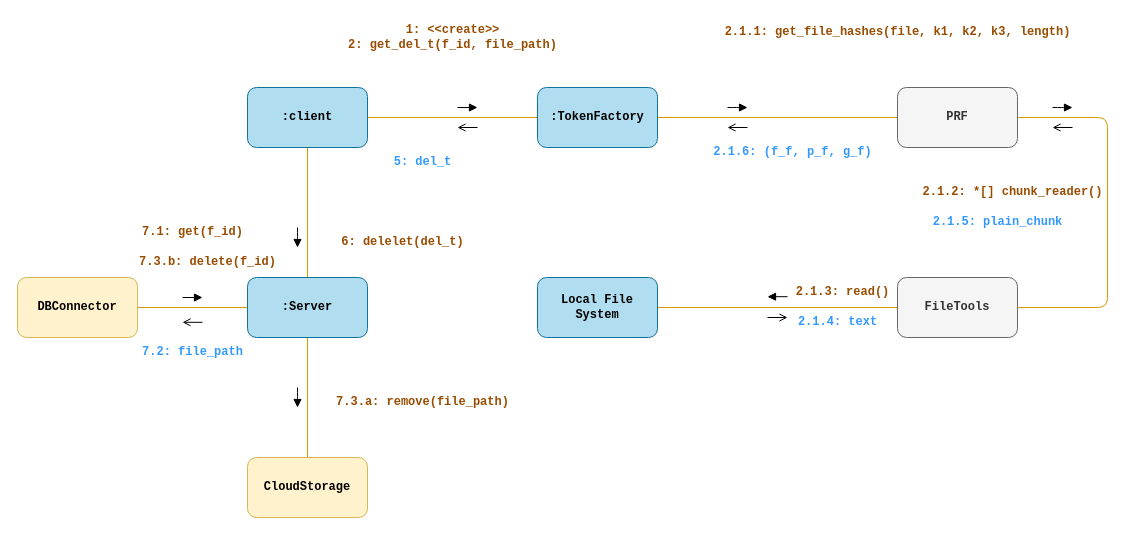
Earlier version of the draw.io diagram page "delete-communication" (3 of 4) of diagrams/behavioral/serevr-core.drawio (thisisel/dynamic-sse). Source tidied: cells renumbered, new cells numbered last; positions are measured from the earlier drawing's top-left corner, leaving out a move shared by most shapes. Both pictures are drawn from the tidied source at 100%, with x=0, y=0 at pixel (17, 17).
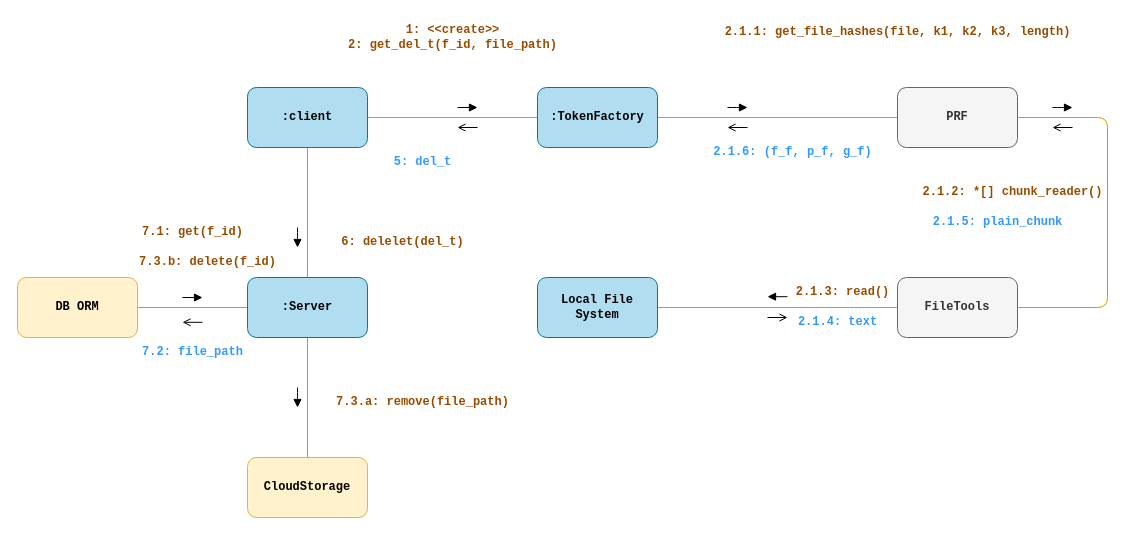
The same page after the edit.

Change to the diagram source:
```diff
@@
-    <mxCell id="36" value="DBConnector" style="whiteSpace=wrap;html=1;fontFamily=Courier New;fillColor=#fff2cc;strokeColor=#d6b656;rounded=1;fontStyle=1;" parent="1" vertex="1">
+    <mxCell id="36" value="DB ORM" style="whiteSpace=wrap;html=1;fontFamily=Courier New;fillColor=#fff2cc;strokeColor=#d6b656;rounded=1;fontStyle=1;" parent="1" vertex="1">
       <mxGeometry y="260" width="120" height="60" as="geometry" />
     </mxCell>
```
